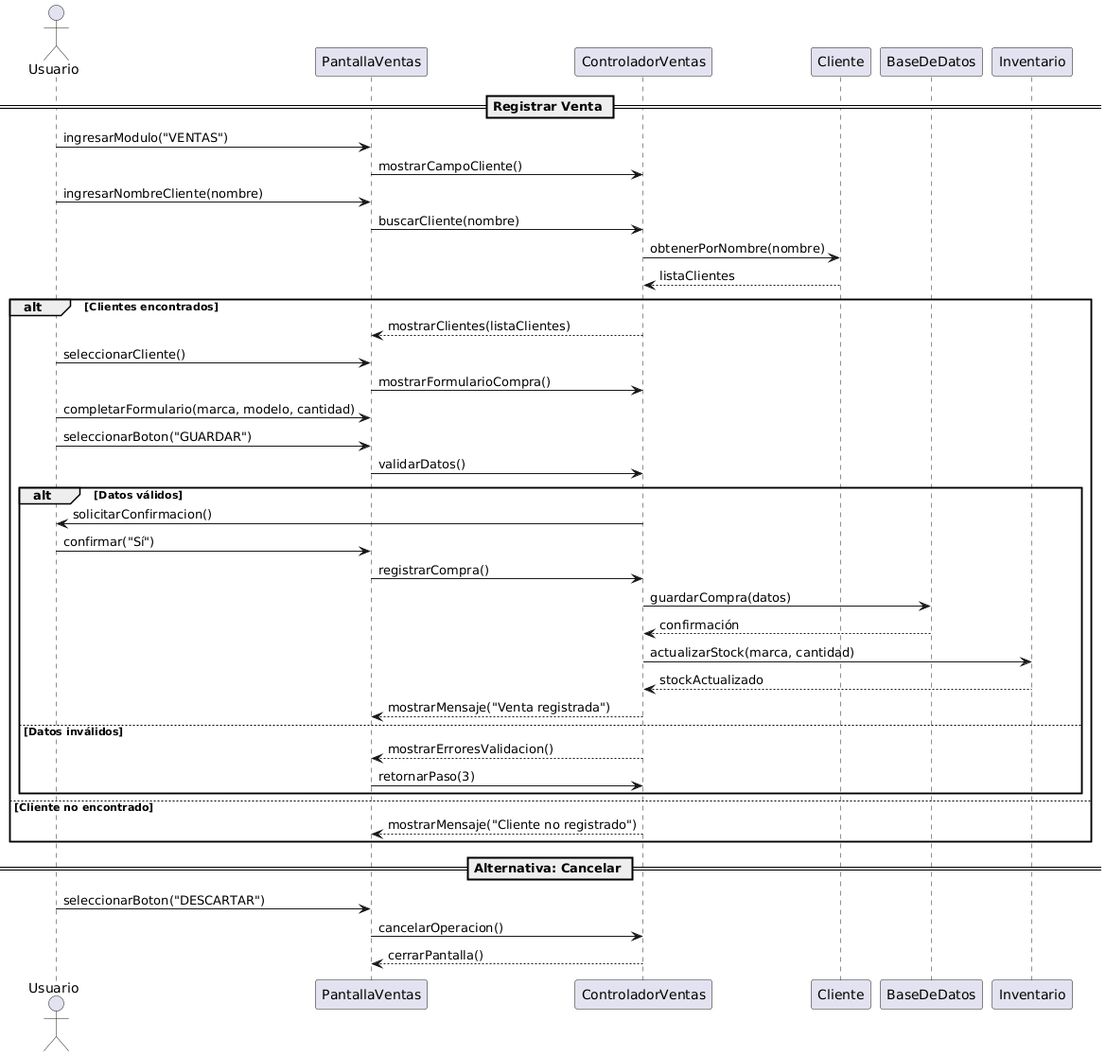
Before: 08 - Diagrama de secuencia/05 - Ventas/Registrar venta.png, a diagram exported from PlantUML (EmanuelMonella/baterias).
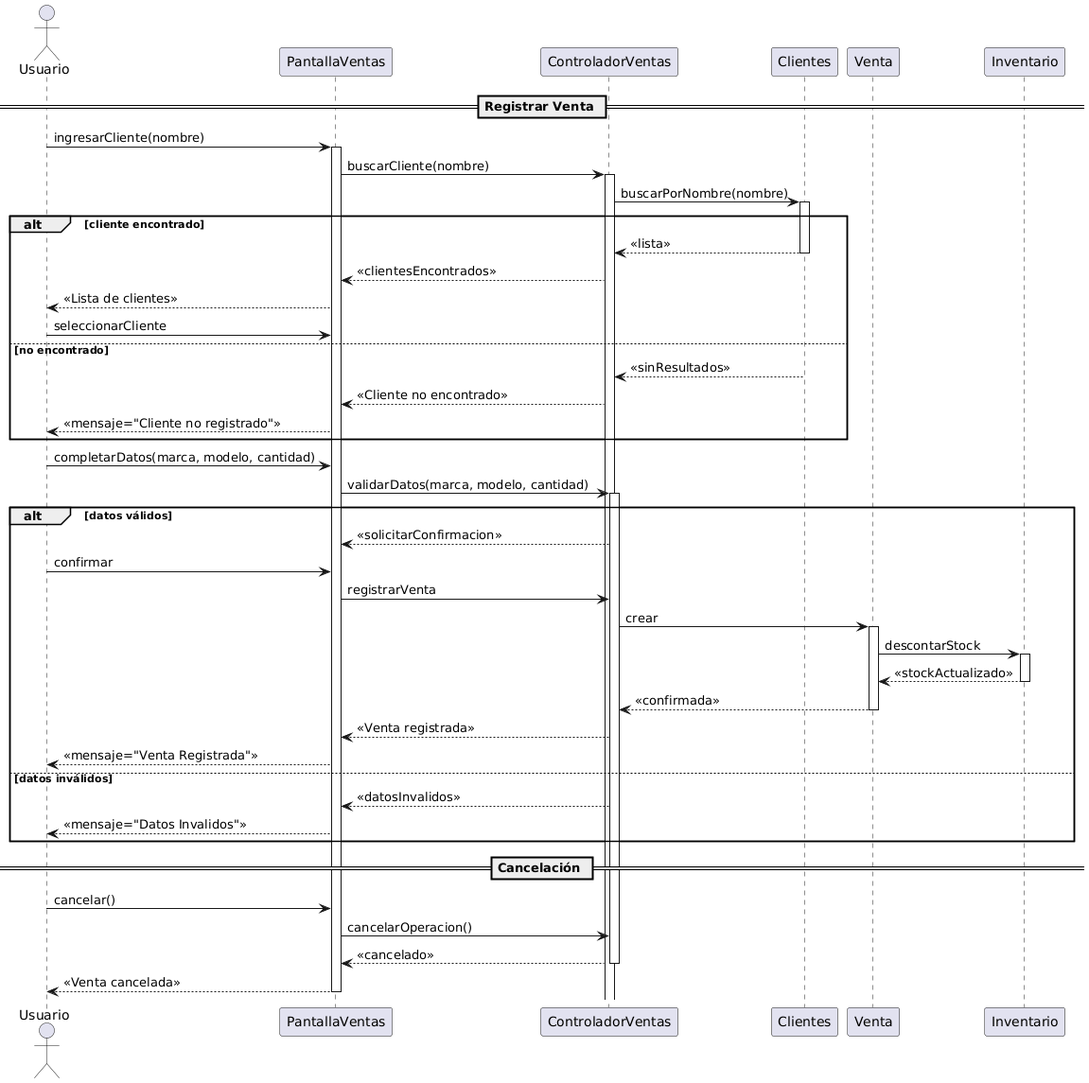
After the commit.

Change to the diagram source:
```diff
@@ -1,45 +1,62 @@
 @startuml
+== Registrar Venta ==
+
 actor Usuario
 
-== Registrar Venta ==
+Usuario -> PantallaVentas : ingresarCliente(nombre)
+activate PantallaVentas
+PantallaVentas -> ControladorVentas : buscarCliente(nombre)
+activate ControladorVentas
 
-Usuario -> PantallaVentas : ingresarModulo("VENTAS")
-PantallaVentas -> ControladorVentas : mostrarCampoCliente()
+ControladorVentas -> Clientes : buscarPorNombre(nombre)
+activate Clientes
 
-Usuario -> PantallaVentas : ingresarNombreCliente(nombre)
-PantallaVentas -> ControladorVentas : buscarCliente(nombre)
-ControladorVentas -> Cliente : obtenerPorNombre(nombre)
-Cliente --> ControladorVentas : listaClientes
-
-alt Clientes encontrados
-    ControladorVentas --> PantallaVentas : mostrarClientes(listaClientes)
-    Usuario -> PantallaVentas : seleccionarCliente()
-    PantallaVentas -> ControladorVentas : mostrarFormularioCompra()
-
-    Usuario -> PantallaVentas : completarFormulario(marca, modelo, cantidad)
-    Usuario -> PantallaVentas : seleccionarBoton("GUARDAR")
-    PantallaVentas -> ControladorVentas : validarDatos()
-
-    alt Datos válidos
-        ControladorVentas -> Usuario : solicitarConfirmacion()
-        Usuario -> PantallaVentas : confirmar("Sí")
-        PantallaVentas -> ControladorVentas : registrarCompra()
-        ControladorVentas -> BaseDeDatos : guardarCompra(datos)
-        BaseDeDatos --> ControladorVentas : confirmación
-        ControladorVentas -> Inventario : actualizarStock(marca, cantidad)
-        Inventario --> ControladorVentas : stockActualizado
-        ControladorVentas --> PantallaVentas : mostrarMensaje("Venta registrada")
-    else Datos inválidos
-        ControladorVentas --> PantallaVentas : mostrarErroresValidacion()
-        PantallaVentas -> ControladorVentas : retornarPaso(3)
-    end
-
-else Cliente no encontrado
-    ControladorVentas --> PantallaVentas : mostrarMensaje("Cliente no registrado")
+alt cliente encontrado
+    Clientes --> ControladorVentas : <<lista>>
+    deactivate Clientes
+    ControladorVentas --> PantallaVentas : <<clientesEncontrados>>
+    PantallaVentas --> Usuario : <<Lista de clientes>>
+    Usuario -> PantallaVentas : seleccionarCliente
+else no encontrado
+    Clientes --> ControladorVentas : <<sinResultados>>
+    deactivate Clientes
+    ControladorVentas --> PantallaVentas : <<Cliente no encontrado>>
+    PantallaVentas --> Usuario : <<mensaje="Cliente no registrado">>
 end
 
-== Alternativa: Cancelar ==
-Usuario -> PantallaVentas : seleccionarBoton("DESCARTAR")
+Usuario -> PantallaVentas : completarDatos(marca, modelo, cantidad)
+PantallaVentas -> ControladorVentas : validarDatos(marca, modelo, cantidad)
+
+activate ControladorVentas
+alt datos válidos
+    ControladorVentas --> PantallaVentas : <<solicitarConfirmacion>>
+    Usuario -> PantallaVentas : confirmar
+    PantallaVentas -> ControladorVentas : registrarVenta
+
+    ControladorVentas -> Venta : crear
+    activate Venta
+
+    Venta -> Inventario : descontarStock
+    activate Inventario
+    Inventario --> Venta : <<stockActualizado>>
+    deactivate Inventario
+
+    Venta --> ControladorVentas : <<confirmada>>
+    deactivate Venta
+
+    ControladorVentas --> PantallaVentas : <<Venta registrada>>
+    PantallaVentas --> Usuario : <<mensaje="Venta Registrada">>
+
+else datos inválidos
+    ControladorVentas --> PantallaVentas : <<datosInvalidos>>
+    PantallaVentas --> Usuario : <<mensaje="Datos Invalidos">>
+end
+
+== Cancelación ==
+Usuario -> PantallaVentas : cancelar()
 PantallaVentas -> ControladorVentas : cancelarOperacion()
-ControladorVentas --> PantallaVentas : cerrarPantalla()
+ControladorVentas --> PantallaVentas : <<cancelado>>
+deactivate ControladorVentas
+PantallaVentas --> Usuario : <<Venta cancelada>>
+deactivate PantallaVentas
 @enduml
```
